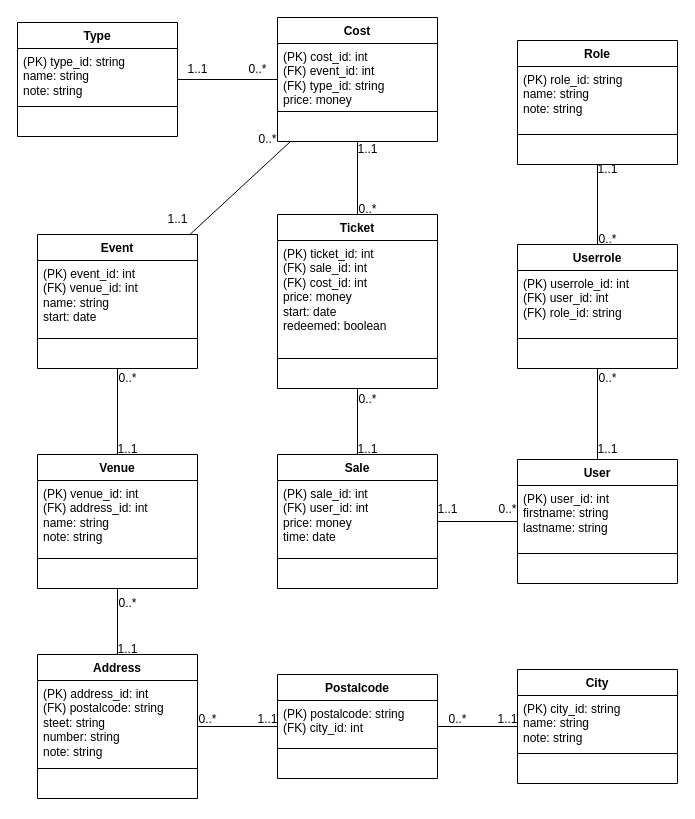
Earlier version of the draw.io diagram resources/DB_TicketGuru.drawio (jaolim/TicketGuru). Source tidied: cells renumbered, new cells numbered last; positions are measured from the earlier drawing's top-left corner, leaving out a move shared by most shapes. Both pictures are drawn from the tidied source at 100%, with x=0, y=0 at pixel (17, 17).
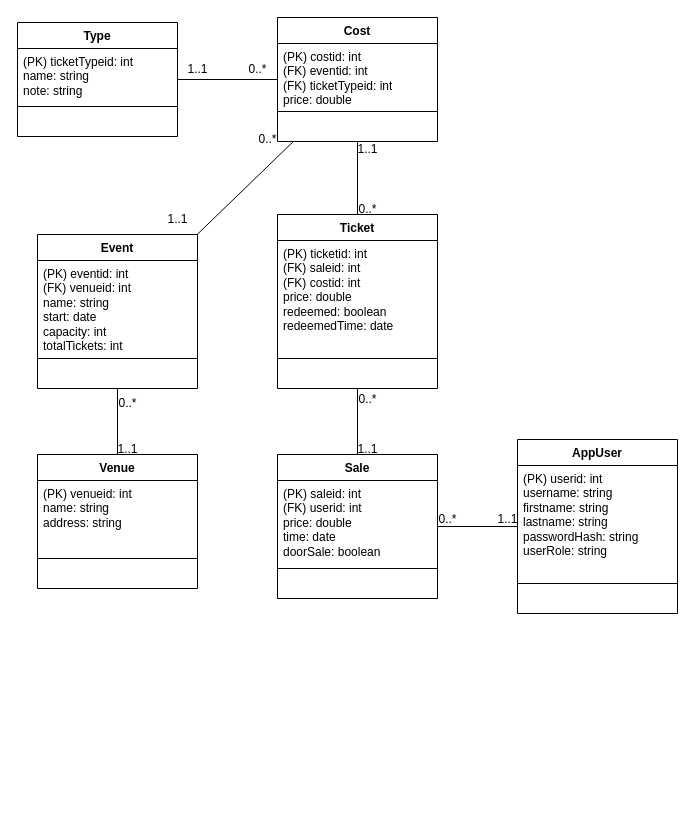
The same diagram, later.

Commit message (it also covers changes not shown here):
DB malli päivitetty

Unchanged cells that the change refers to:
```xml
<mxCell id="2" value="Ticket" style="swimlane;fontStyle=1;align=center;verticalAlign=top;horizontal=1;startSize=26;whiteSpace=wrap;html=1;" parent="1" vertex="1">
  <mxGeometry x="260" y="197" width="160" height="174" as="geometry" />
</mxCell>
<mxCell id="26" value="Venue" style="swimlane;fontStyle=1;align=center;verticalAlign=top;horizontal=1;startSize=26;whiteSpace=wrap;html=1;" parent="1" vertex="1">
  <mxGeometry x="20" y="437" width="160" height="134" as="geometry" />
</mxCell>
<mxCell id="50" value="Cost" style="swimlane;fontStyle=1;align=center;verticalAlign=top;horizontal=1;startSize=26;whiteSpace=wrap;html=1;" parent="1" vertex="1">
  <mxGeometry x="260" width="160" height="124" as="geometry" />
</mxCell>
<mxCell id="73" value="Type" style="swimlane;fontStyle=1;align=center;verticalAlign=top;horizontal=1;startSize=26;whiteSpace=wrap;html=1;" parent="1" vertex="1">
  <mxGeometry y="5" width="160" height="114" as="geometry" />
</mxCell>
```

Change to the diagram source:
```diff
@@
-    <mxCell id="3" value="(PK) ticket_id: int&lt;div&gt;(FK) sale_id: int&lt;br&gt;&lt;div&gt;(FK) cost_id: int&lt;/div&gt;&lt;div&gt;price: money&lt;/div&gt;&lt;div&gt;start: date&lt;/div&gt;&lt;div&gt;redeemed: boolean&lt;br&gt;&lt;div&gt;&lt;br&gt;&lt;/div&gt;&lt;/div&gt;&lt;/div&gt;" style="text;strokeColor=none;fillColor=none;align=left;verticalAlign=top;spacingLeft=4;spacingRight=4;overflow=hidden;whiteSpace=wrap;html=1;" parent="2" vertex="1">
+    <mxCell id="3" value="(PK) ticketid: int&lt;div&gt;(FK) saleid: int&lt;br&gt;&lt;div&gt;(FK) costid: int&lt;/div&gt;&lt;div&gt;price: double&lt;/div&gt;&lt;div&gt;redeemed: boolean&lt;br&gt;&lt;div&gt;redeemedTime: date&lt;/div&gt;&lt;/div&gt;&lt;/div&gt;" style="text;strokeColor=none;fillColor=none;align=left;verticalAlign=top;spacingLeft=4;spacingRight=4;overflow=hidden;whiteSpace=wrap;html=1;" parent="2" vertex="1">
       <mxGeometry y="26" width="160" height="114" as="geometry" />
     </mxCell>
@@
     <mxCell id="6" value="Sale" style="swimlane;fontStyle=1;align=center;verticalAlign=top;horizontal=1;startSize=26;whiteSpace=wrap;html=1;" parent="1" vertex="1">
-      <mxGeometry x="260" y="437" width="160" height="134" as="geometry" />
+      <mxGeometry x="260" y="437" width="160" height="144" as="geometry" />
     </mxCell>
-    <mxCell id="7" value="&lt;div&gt;&lt;div&gt;(PK) sale_id: int&lt;/div&gt;&lt;/div&gt;&lt;div&gt;(FK) user_id: int&lt;/div&gt;&lt;div&gt;price: money&lt;/div&gt;&lt;div&gt;time: date&lt;/div&gt;" style="text;strokeColor=none;fillColor=none;align=left;verticalAlign=top;spacingLeft=4;spacingRight=4;overflow=hidden;whiteSpace=wrap;html=1;" parent="6" vertex="1">
-      <mxGeometry y="26" width="160" height="74" as="geometry" />
+    <mxCell id="7" value="&lt;div&gt;&lt;div&gt;(PK) saleid: int&lt;/div&gt;&lt;/div&gt;&lt;div&gt;(FK) userid: int&lt;/div&gt;&lt;div&gt;price: double&lt;/div&gt;&lt;div&gt;time: date&lt;/div&gt;&lt;div&gt;doorSale: boolean&lt;/div&gt;" style="text;strokeColor=none;fillColor=none;align=left;verticalAlign=top;spacingLeft=4;spacingRight=4;overflow=hidden;whiteSpace=wrap;html=1;" parent="6" vertex="1">
+      <mxGeometry y="26" width="160" height="84" as="geometry" />
     </mxCell>
     <mxCell id="8" style="line;strokeWidth=1;fillColor=none;align=left;verticalAlign=middle;spacingTop=-1;spacingLeft=3;spacingRight=3;labelPosition=right;strokeColor=inherit;" parent="6" vertex="1">
-      <mxGeometry y="100" width="160" height="8" as="geometry" />
+      <mxGeometry y="110" width="160" height="8" as="geometry" />
     </mxCell>
     <mxCell id="9" value="&amp;nbsp;" style="text;strokeColor=none;fillColor=none;align=left;verticalAlign=top;spacingLeft=4;spacingRight=4;overflow=hidden;whiteSpace=wrap;html=1;" parent="6" vertex="1">
-      <mxGeometry y="108" width="160" height="26" as="geometry" />
+      <mxGeometry y="118" width="160" height="26" as="geometry" />
     </mxCell>
-    <mxCell id="10" value="User" style="swimlane;fontStyle=1;align=center;verticalAlign=top;horizontal=1;startSize=26;whiteSpace=wrap;html=1;" parent="1" vertex="1">
-      <mxGeometry x="500" y="442" width="160" height="124" as="geometry" />
+    <mxCell id="10" value="AppUser" style="swimlane;fontStyle=1;align=center;verticalAlign=top;horizontal=1;startSize=26;whiteSpace=wrap;html=1;" parent="1" vertex="1">
+      <mxGeometry x="500" y="422" width="160" height="174" as="geometry" />
     </mxCell>
-    <mxCell id="11" value="&lt;div&gt;&lt;div&gt;(PK) user_id: int&lt;/div&gt;&lt;/div&gt;&lt;div&gt;firstname: string&lt;/div&gt;&lt;div&gt;lastname: string&lt;/div&gt;" style="text;strokeColor=none;fillColor=none;align=left;verticalAlign=top;spacingLeft=4;spacingRight=4;overflow=hidden;whiteSpace=wrap;html=1;" parent="10" vertex="1">
-      <mxGeometry y="26" width="160" height="64" as="geometry" />
+    <mxCell id="11" value="&lt;div&gt;&lt;div&gt;(PK) userid: int&lt;/div&gt;&lt;/div&gt;&lt;div&gt;username: string&lt;/div&gt;&lt;div&gt;firstname: string&lt;/div&gt;&lt;div&gt;lastname: string&lt;/div&gt;&lt;div&gt;passwordHash: string&lt;/div&gt;&lt;div&gt;userRole: string&lt;/div&gt;" style="text;strokeColor=none;fillColor=none;align=left;verticalAlign=top;spacingLeft=4;spacingRight=4;overflow=hidden;whiteSpace=wrap;html=1;" parent="10" vertex="1">
+      <mxGeometry y="26" width="160" height="114" as="geometry" />
     </mxCell>
     <mxCell id="12" style="line;strokeWidth=1;fillColor=none;align=left;verticalAlign=middle;spacingTop=-1;spacingLeft=3;spacingRight=3;labelPosition=right;strokeColor=inherit;" parent="10" vertex="1">
-      <mxGeometry y="90" width="160" height="8" as="geometry" />
+      <mxGeometry y="140" width="160" height="8" as="geometry" />
     </mxCell>
     <mxCell id="13" value="&amp;nbsp;" style="text;strokeColor=none;fillColor=none;align=left;verticalAlign=top;spacingLeft=4;spacingRight=4;overflow=hidden;whiteSpace=wrap;html=1;" parent="10" vertex="1">
-      <mxGeometry y="98" width="160" height="26" as="geometry" />
+      <mxGeometry y="148" width="160" height="26" as="geometry" />
     </mxCell>
-    <mxCell id="14" value="Userrole" style="swimlane;fontStyle=1;align=center;verticalAlign=top;horizontal=1;startSize=26;whiteSpace=wrap;html=1;" parent="1" vertex="1">
-      <mxGeometry x="500" y="227" width="160" height="124" as="geometry" />
-    </mxCell>
-    <mxCell id="15" value="&lt;div&gt;&lt;div&gt;(PK) userrole_id: int&lt;/div&gt;&lt;/div&gt;&lt;div&gt;(FK) user_id: int&lt;/div&gt;&lt;div&gt;(FK) role_id: string&lt;/div&gt;&lt;div&gt;&lt;br&gt;&lt;/div&gt;" style="text;strokeColor=none;fillColor=none;align=left;verticalAlign=top;spacingLeft=4;spacingRight=4;overflow=hidden;whiteSpace=wrap;html=1;" parent="14" vertex="1">
-      <mxGeometry y="26" width="160" height="64" as="geometry" />
-    </mxCell>
-    <mxCell id="16" style="line;strokeWidth=1;fillColor=none;align=left;verticalAlign=middle;spacingTop=-1;spacingLeft=3;spacingRight=3;labelPosition=right;strokeColor=inherit;" parent="14" vertex="1">
-      <mxGeometry y="90" width="160" height="8" as="geometry" />
-    </mxCell>
-    <mxCell id="17" value="&amp;nbsp;" style="text;strokeColor=none;fillColor=none;align=left;verticalAlign=top;spacingLeft=4;spacingRight=4;overflow=hidden;whiteSpace=wrap;html=1;" parent="14" vertex="1">
-      <mxGeometry y="98" width="160" height="26" as="geometry" />
-    </mxCell>
-    <mxCell id="18" value="Role" style="swimlane;fontStyle=1;align=center;verticalAlign=top;horizontal=1;startSize=26;whiteSpace=wrap;html=1;" parent="1" vertex="1">
-      <mxGeometry x="500" y="23" width="160" height="124" as="geometry" />
-    </mxCell>
-    <mxCell id="19" value="&lt;div&gt;&lt;div&gt;(PK) role_id: string&lt;/div&gt;&lt;/div&gt;&lt;div&gt;name: string&lt;/div&gt;&lt;div&gt;note: string&lt;/div&gt;" style="text;strokeColor=none;fillColor=none;align=left;verticalAlign=top;spacingLeft=4;spacingRight=4;overflow=hidden;whiteSpace=wrap;html=1;" parent="18" vertex="1">
-      <mxGeometry y="26" width="160" height="64" as="geometry" />
-    </mxCell>
-    <mxCell id="20" style="line;strokeWidth=1;fillColor=none;align=left;verticalAlign=middle;spacingTop=-1;spacingLeft=3;spacingRight=3;labelPosition=right;strokeColor=inherit;" parent="18" vertex="1">
-      <mxGeometry y="90" width="160" height="8" as="geometry" />
-    </mxCell>
-    <mxCell id="21" value="&amp;nbsp;" style="text;strokeColor=none;fillColor=none;align=left;verticalAlign=top;spacingLeft=4;spacingRight=4;overflow=hidden;whiteSpace=wrap;html=1;" parent="18" vertex="1">
-      <mxGeometry y="98" width="160" height="26" as="geometry" />
-    </mxCell>
     <mxCell id="22" value="Event" style="swimlane;fontStyle=1;align=center;verticalAlign=top;horizontal=1;startSize=26;whiteSpace=wrap;html=1;" parent="1" vertex="1">
-      <mxGeometry x="20" y="217" width="160" height="134" as="geometry" />
+      <mxGeometry x="20" y="217" width="160" height="154" as="geometry" />
     </mxCell>
-    <mxCell id="23" value="(PK) event_id: int&lt;div&gt;(FK) venue_id: int&lt;/div&gt;&lt;div&gt;name: string&lt;/div&gt;&lt;div&gt;start: date&lt;/div&gt;" style="text;strokeColor=none;fillColor=none;align=left;verticalAlign=top;spacingLeft=4;spacingRight=4;overflow=hidden;whiteSpace=wrap;html=1;" parent="22" vertex="1">
-      <mxGeometry y="26" width="160" height="74" as="geometry" />
+    <mxCell id="23" value="(PK) eventid: int&lt;div&gt;&lt;span style=&quot;background-color: transparent; color: light-dark(rgb(0, 0, 0), rgb(255, 255, 255));&quot;&gt;(FK) venueid: int&lt;/span&gt;&lt;div&gt;name: string&lt;/div&gt;&lt;div&gt;start: date&lt;/div&gt;&lt;/div&gt;&lt;div&gt;capacity: int&lt;/div&gt;&lt;div&gt;totalTickets: int&lt;/div&gt;" style="text;strokeColor=none;fillColor=none;align=left;verticalAlign=top;spacingLeft=4;spacingRight=4;overflow=hidden;whiteSpace=wrap;html=1;" parent="22" vertex="1">
+      <mxGeometry y="26" width="160" height="94" as="geometry" />
     </mxCell>
     <mxCell id="24" style="line;strokeWidth=1;fillColor=none;align=left;verticalAlign=middle;spacingTop=-1;spacingLeft=3;spacingRight=3;labelPosition=right;strokeColor=inherit;" parent="22" vertex="1">
-      <mxGeometry y="100" width="160" height="8" as="geometry" />
+      <mxGeometry y="120" width="160" height="8" as="geometry" />
     </mxCell>
     <mxCell id="25" value="&amp;nbsp;" style="text;strokeColor=none;fillColor=none;align=left;verticalAlign=top;spacingLeft=4;spacingRight=4;overflow=hidden;whiteSpace=wrap;html=1;" parent="22" vertex="1">
-      <mxGeometry y="108" width="160" height="26" as="geometry" />
+      <mxGeometry y="128" width="160" height="26" as="geometry" />
     </mxCell>
@@
-    <mxCell id="27" value="(PK) venue_id: int&lt;div&gt;(FK) address_id: int&lt;/div&gt;&lt;div&gt;&lt;span style=&quot;background-color: transparent; color: light-dark(rgb(0, 0, 0), rgb(255, 255, 255));&quot;&gt;name: string&lt;/span&gt;&lt;/div&gt;&lt;div&gt;note: string&lt;/div&gt;" style="text;strokeColor=none;fillColor=none;align=left;verticalAlign=top;spacingLeft=4;spacingRight=4;overflow=hidden;whiteSpace=wrap;html=1;" parent="26" vertex="1">
+    <mxCell id="27" value="(PK) venueid: int&lt;div&gt;&lt;div&gt;&lt;span style=&quot;background-color: transparent; color: light-dark(rgb(0, 0, 0), rgb(255, 255, 255));&quot;&gt;name: string&lt;/span&gt;&lt;/div&gt;&lt;div&gt;address: string&lt;/div&gt;&lt;/div&gt;" style="text;strokeColor=none;fillColor=none;align=left;verticalAlign=top;spacingLeft=4;spacingRight=4;overflow=hidden;whiteSpace=wrap;html=1;" parent="26" vertex="1">
       <mxGeometry y="26" width="160" height="74" as="geometry" />
     </mxCell>
@@
-    <mxCell id="30" value="City" style="swimlane;fontStyle=1;align=center;verticalAlign=top;horizontal=1;startSize=26;whiteSpace=wrap;html=1;" parent="1" vertex="1">
-      <mxGeometry x="500" y="652" width="160" height="114" as="geometry" />
-    </mxCell>
-    <mxCell id="31" value="(PK) city_id: string&lt;div&gt;name: string&lt;/div&gt;&lt;div&gt;note: string&lt;/div&gt;" style="text;strokeColor=none;fillColor=none;align=left;verticalAlign=top;spacingLeft=4;spacingRight=4;overflow=hidden;whiteSpace=wrap;html=1;" parent="30" vertex="1">
-      <mxGeometry y="26" width="160" height="54" as="geometry" />
-    </mxCell>
-    <mxCell id="32" style="line;strokeWidth=1;fillColor=none;align=left;verticalAlign=middle;spacingTop=-1;spacingLeft=3;spacingRight=3;labelPosition=right;strokeColor=inherit;" parent="30" vertex="1">
-      <mxGeometry y="80" width="160" height="8" as="geometry" />
-    </mxCell>
-    <mxCell id="33" value="&amp;nbsp;" style="text;strokeColor=none;fillColor=none;align=left;verticalAlign=top;spacingLeft=4;spacingRight=4;overflow=hidden;whiteSpace=wrap;html=1;" parent="30" vertex="1">
-      <mxGeometry y="88" width="160" height="26" as="geometry" />
-    </mxCell>
-    <mxCell id="34" value="Postalcode" style="swimlane;fontStyle=1;align=center;verticalAlign=top;horizontal=1;startSize=26;whiteSpace=wrap;html=1;" parent="1" vertex="1">
-      <mxGeometry x="260" y="657" width="160" height="104" as="geometry" />
-    </mxCell>
-    <mxCell id="35" value="(PK) postalcode: string&lt;div&gt;(FK) city_id: int&lt;/div&gt;" style="text;strokeColor=none;fillColor=none;align=left;verticalAlign=top;spacingLeft=4;spacingRight=4;overflow=hidden;whiteSpace=wrap;html=1;" parent="34" vertex="1">
-      <mxGeometry y="26" width="160" height="44" as="geometry" />
-    </mxCell>
-    <mxCell id="36" style="line;strokeWidth=1;fillColor=none;align=left;verticalAlign=middle;spacingTop=-1;spacingLeft=3;spacingRight=3;labelPosition=right;strokeColor=inherit;" parent="34" vertex="1">
-      <mxGeometry y="70" width="160" height="8" as="geometry" />
-    </mxCell>
-    <mxCell id="37" value="&amp;nbsp;" style="text;strokeColor=none;fillColor=none;align=left;verticalAlign=top;spacingLeft=4;spacingRight=4;overflow=hidden;whiteSpace=wrap;html=1;" parent="34" vertex="1">
-      <mxGeometry y="78" width="160" height="26" as="geometry" />
-    </mxCell>
@@
-    <mxCell id="39" style="endArrow=none;html=1;rounded=0;" parent="1" edge="1" source="14" target="18">
-      <mxGeometry relative="1" as="geometry" />
-    </mxCell>
-    <mxCell id="40" style="endArrow=none;html=1;rounded=0;" parent="1" edge="1" source="10" target="14">
-      <mxGeometry relative="1" as="geometry" />
-    </mxCell>
@@
-    <mxCell id="43" style="endArrow=none;html=1;rounded=0;" parent="1" edge="1" source="44" target="34">
-      <mxGeometry relative="1" as="geometry" />
-    </mxCell>
-    <mxCell id="44" value="Address" style="swimlane;fontStyle=1;align=center;verticalAlign=top;horizontal=1;startSize=26;whiteSpace=wrap;html=1;" parent="1" vertex="1">
-      <mxGeometry x="20" y="637" width="160" height="144" as="geometry" />
-    </mxCell>
-    <mxCell id="45" value="(PK) address_id: int&lt;div&gt;(FK) postalcode: string&lt;/div&gt;&lt;div&gt;steet: string&lt;/div&gt;&lt;div&gt;number: string&lt;/div&gt;&lt;div&gt;note: string&lt;/div&gt;" style="text;strokeColor=none;fillColor=none;align=left;verticalAlign=top;spacingLeft=4;spacingRight=4;overflow=hidden;whiteSpace=wrap;html=1;" parent="44" vertex="1">
-      <mxGeometry y="26" width="160" height="84" as="geometry" />
-    </mxCell>
-    <mxCell id="46" style="line;strokeWidth=1;fillColor=none;align=left;verticalAlign=middle;spacingTop=-1;spacingLeft=3;spacingRight=3;labelPosition=right;strokeColor=inherit;" parent="44" vertex="1">
-      <mxGeometry y="110" width="160" height="8" as="geometry" />
-    </mxCell>
-    <mxCell id="47" value="&amp;nbsp;" style="text;strokeColor=none;fillColor=none;align=left;verticalAlign=top;spacingLeft=4;spacingRight=4;overflow=hidden;whiteSpace=wrap;html=1;" parent="44" vertex="1">
-      <mxGeometry y="118" width="160" height="26" as="geometry" />
-    </mxCell>
-    <mxCell id="48" style="endArrow=none;html=1;rounded=0;" parent="1" edge="1" source="26" target="44">
-      <mxGeometry relative="1" as="geometry" />
-    </mxCell>
-    <mxCell id="49" style="endArrow=none;html=1;rounded=0;" parent="1" edge="1" source="34" target="30">
-      <mxGeometry relative="1" as="geometry" />
-    </mxCell>
@@
-    <mxCell id="51" value="(PK) cost_id: int&lt;div&gt;&lt;span style=&quot;background-color: transparent; color: light-dark(rgb(0, 0, 0), rgb(255, 255, 255));&quot;&gt;(FK) event_id: int&lt;/span&gt;&lt;/div&gt;&lt;div&gt;&lt;span style=&quot;background-color: transparent; color: light-dark(rgb(0, 0, 0), rgb(255, 255, 255));&quot;&gt;(FK) type_id: string&lt;/span&gt;&lt;/div&gt;&lt;div&gt;price: money&lt;/div&gt;" style="text;strokeColor=none;fillColor=none;align=left;verticalAlign=top;spacingLeft=4;spacingRight=4;overflow=hidden;whiteSpace=wrap;html=1;" parent="50" vertex="1">
+    <mxCell id="51" value="(PK) costid: int&lt;div&gt;&lt;span style=&quot;background-color: transparent; color: light-dark(rgb(0, 0, 0), rgb(255, 255, 255));&quot;&gt;(FK) eventid: int&lt;/span&gt;&lt;/div&gt;&lt;div&gt;&lt;span style=&quot;background-color: transparent; color: light-dark(rgb(0, 0, 0), rgb(255, 255, 255));&quot;&gt;(FK) ticketTypeid: int&lt;/span&gt;&lt;/div&gt;&lt;div&gt;price: double&lt;/div&gt;" style="text;strokeColor=none;fillColor=none;align=left;verticalAlign=top;spacingLeft=4;spacingRight=4;overflow=hidden;whiteSpace=wrap;html=1;" parent="50" vertex="1">
       <mxGeometry y="26" width="160" height="64" as="geometry" />
     </mxCell>
@@
-    <mxCell id="55" value="1..1" style="text;html=1;align=center;verticalAlign=middle;strokeColor=none;fillColor=none;" parent="1" vertex="1">
-      <mxGeometry x="570" y="137" width="40" height="30" as="geometry" />
-    </mxCell>
-    <mxCell id="56" value="0..*" style="text;html=1;align=center;verticalAlign=middle;strokeColor=none;fillColor=none;" parent="1" vertex="1">
-      <mxGeometry x="570" y="207" width="40" height="30" as="geometry" />
-    </mxCell>
@@
     <mxCell id="61" value="0..*" style="text;html=1;align=center;verticalAlign=middle;strokeColor=none;fillColor=none;" parent="1" vertex="1">
-      <mxGeometry x="470" y="477" width="40" height="30" as="geometry" />
+      <mxGeometry x="410" y="487" width="40" height="30" as="geometry" />
     </mxCell>
     <mxCell id="62" value="1..1" style="text;html=1;align=center;verticalAlign=middle;strokeColor=none;fillColor=none;" parent="1" vertex="1">
-      <mxGeometry x="410" y="477" width="40" height="30" as="geometry" />
+      <mxGeometry x="470" y="487" width="40" height="30" as="geometry" />
     </mxCell>
-    <mxCell id="63" value="1..1" style="text;html=1;align=center;verticalAlign=middle;strokeColor=none;fillColor=none;" parent="1" vertex="1">
-      <mxGeometry x="570" y="417" width="40" height="30" as="geometry" />
-    </mxCell>
-    <mxCell id="64" value="0..*" style="text;html=1;align=center;verticalAlign=middle;strokeColor=none;fillColor=none;" parent="1" vertex="1">
-      <mxGeometry x="570" y="346" width="40" height="30" as="geometry" />
-    </mxCell>
     <mxCell id="65" value="0..*" style="text;html=1;align=center;verticalAlign=middle;strokeColor=none;fillColor=none;" parent="1" vertex="1">
-      <mxGeometry x="90" y="346" width="40" height="30" as="geometry" />
+      <mxGeometry x="90" y="371" width="40" height="30" as="geometry" />
     </mxCell>
@@
-    <mxCell id="67" value="0..*" style="text;html=1;align=center;verticalAlign=middle;strokeColor=none;fillColor=none;" parent="1" vertex="1">
-      <mxGeometry x="90" y="571" width="40" height="30" as="geometry" />
-    </mxCell>
-    <mxCell id="68" value="1..1" style="text;html=1;align=center;verticalAlign=middle;strokeColor=none;fillColor=none;" parent="1" vertex="1">
-      <mxGeometry x="90" y="617" width="40" height="30" as="geometry" />
-    </mxCell>
-    <mxCell id="69" value="0..*" style="text;html=1;align=center;verticalAlign=middle;strokeColor=none;fillColor=none;" parent="1" vertex="1">
-      <mxGeometry x="170" y="687" width="40" height="30" as="geometry" />
-    </mxCell>
-    <mxCell id="70" value="1..1" style="text;html=1;align=center;verticalAlign=middle;strokeColor=none;fillColor=none;" parent="1" vertex="1">
-      <mxGeometry x="230" y="687" width="40" height="30" as="geometry" />
-    </mxCell>
-    <mxCell id="71" value="1..1" style="text;html=1;align=center;verticalAlign=middle;strokeColor=none;fillColor=none;" parent="1" vertex="1">
-      <mxGeometry x="470" y="687" width="40" height="30" as="geometry" />
-    </mxCell>
-    <mxCell id="72" value="0..*" style="text;html=1;align=center;verticalAlign=middle;strokeColor=none;fillColor=none;" parent="1" vertex="1">
-      <mxGeometry x="420" y="687" width="40" height="30" as="geometry" />
-    </mxCell>
@@
-    <mxCell id="74" value="(PK) type_id: string&lt;div&gt;name: string&lt;/div&gt;&lt;div&gt;note: string&lt;/div&gt;" style="text;strokeColor=none;fillColor=none;align=left;verticalAlign=top;spacingLeft=4;spacingRight=4;overflow=hidden;whiteSpace=wrap;html=1;" parent="73" vertex="1">
+    <mxCell id="74" value="(PK) ticketTypeid: int&lt;div&gt;name: string&lt;/div&gt;&lt;div&gt;note: string&lt;/div&gt;" style="text;strokeColor=none;fillColor=none;align=left;verticalAlign=top;spacingLeft=4;spacingRight=4;overflow=hidden;whiteSpace=wrap;html=1;" parent="73" vertex="1">
       <mxGeometry y="26" width="160" height="54" as="geometry" />
     </mxCell>
```
